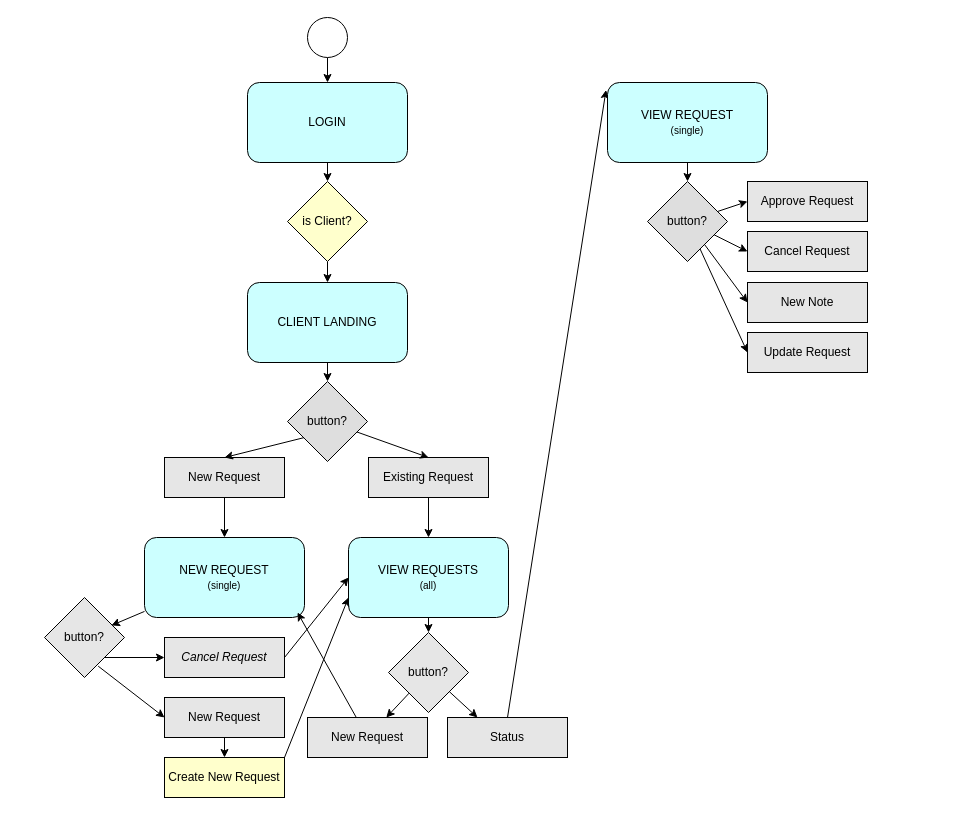
ThursdayNights/TechnicalService keeps this draw.io diagram as page "Flow" (2 of 2) of wireframe.drawio. Above is the earlier version. Source tidied: cells renumbered, new cells numbered last; positions are measured from the earlier drawing's top-left corner, leaving out a move shared by most shapes. Both pictures are drawn from the tidied source at 100%, with x=0, y=0 at pixel (44, 17).
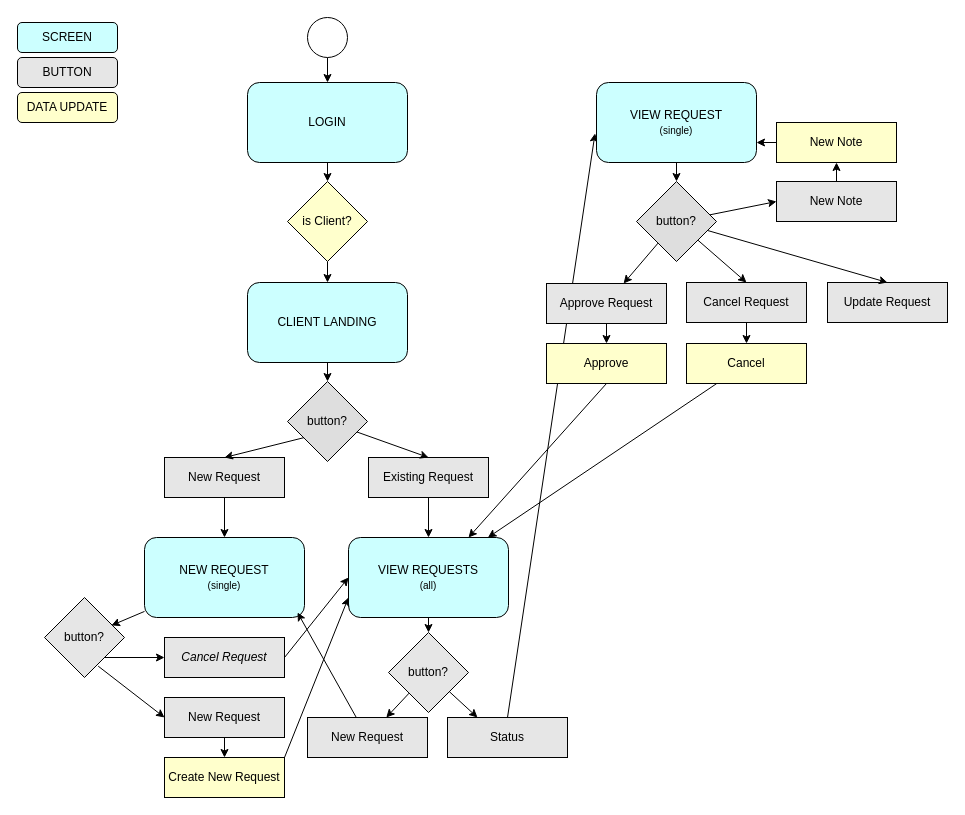
Above is the later version.

Commit message:
Flow diagram updated

The change refers to these unchanged cells:
```xml
<mxCell id="20" value="VIEW REQUESTS&lt;br&gt;&lt;font style=&quot;font-size: 10px;&quot;&gt;(all)&lt;/font&gt;" style="rounded=1;whiteSpace=wrap;html=1;fillColor=#CCFFFF;" parent="1" vertex="1">
  <mxGeometry x="304" y="520" width="160" height="80" as="geometry" />
</mxCell>
<mxCell id="36" value="Status" style="rounded=0;whiteSpace=wrap;html=1;fillColor=#E6E6E6;" parent="1" vertex="1">
  <mxGeometry x="403" y="700" width="120" height="40" as="geometry" />
</mxCell>
```

Change to the diagram source:
```diff
@@
-    <mxCell id="35" style="edgeStyle=none;html=1;exitX=0.5;exitY=0;exitDx=0;exitDy=0;entryX=-0.009;entryY=0.094;entryDx=0;entryDy=0;entryPerimeter=0;" parent="1" edge="1" source="36" target="38">
+    <mxCell id="35" style="edgeStyle=none;html=1;exitX=0.5;exitY=0;exitDx=0;exitDy=0;entryX=-0.009;entryY=0.636;entryDx=0;entryDy=0;entryPerimeter=0;" parent="1" edge="1" source="36" target="38">
       <mxGeometry relative="1" as="geometry" />
     </mxCell>
@@
     <mxCell id="38" value="VIEW REQUEST&lt;br&gt;&lt;font style=&quot;font-size: 10px;&quot;&gt;(single)&lt;/font&gt;" style="rounded=1;whiteSpace=wrap;html=1;fillColor=#CCFFFF;" parent="1" vertex="1">
-      <mxGeometry x="563" y="65" width="160" height="80" as="geometry" />
+      <mxGeometry x="552" y="65" width="160" height="80" as="geometry" />
     </mxCell>
     <mxCell id="39" value="Update Request" style="rounded=0;whiteSpace=wrap;html=1;fillColor=#E6E6E6;" parent="1" vertex="1">
-      <mxGeometry x="703" y="315" width="120" height="40" as="geometry" />
+      <mxGeometry x="783" y="265" width="120" height="40" as="geometry" />
     </mxCell>
+    <mxCell id="48" style="edgeStyle=none;html=1;fontSize=10;" parent="1" edge="1" source="40" target="52">
+      <mxGeometry relative="1" as="geometry" />
+    </mxCell>
     <mxCell id="40" value="Approve Request" style="rounded=0;whiteSpace=wrap;html=1;fillColor=#E6E6E6;" parent="1" vertex="1">
-      <mxGeometry x="703" y="164" width="120" height="40" as="geometry" />
+      <mxGeometry x="502" y="266" width="120" height="40" as="geometry" />
     </mxCell>
-    <mxCell id="41" style="edgeStyle=none;html=1;entryX=0;entryY=0.5;entryDx=0;entryDy=0;fontSize=10;" parent="1" edge="1" source="45" target="40">
+    <mxCell id="41" style="edgeStyle=none;html=1;fontSize=10;" parent="1" edge="1" source="45" target="40">
       <mxGeometry relative="1" as="geometry" />
     </mxCell>
-    <mxCell id="42" style="edgeStyle=none;html=1;entryX=0;entryY=0.5;entryDx=0;entryDy=0;fontSize=10;" parent="1" edge="1" source="45" target="47">
+    <mxCell id="42" style="edgeStyle=none;html=1;entryX=0.5;entryY=0;entryDx=0;entryDy=0;fontSize=10;" parent="1" edge="1" source="45" target="47">
       <mxGeometry relative="1" as="geometry" />
     </mxCell>
-    <mxCell id="43" style="edgeStyle=none;html=1;entryX=0;entryY=0.5;entryDx=0;entryDy=0;fontSize=10;" parent="1" edge="1" source="45" target="39">
+    <mxCell id="43" style="edgeStyle=none;html=1;entryX=0.5;entryY=0;entryDx=0;entryDy=0;fontSize=10;" parent="1" edge="1" source="45" target="39">
       <mxGeometry relative="1" as="geometry" />
     </mxCell>
@@
     <mxCell id="45" value="button?" style="rhombus;whiteSpace=wrap;html=1;fillColor=#DEDEDE;" parent="1" vertex="1">
-      <mxGeometry x="603" y="164" width="80" height="80" as="geometry" />
+      <mxGeometry x="592" y="164" width="80" height="80" as="geometry" />
     </mxCell>
+    <mxCell id="49" style="edgeStyle=none;html=1;fontSize=10;" parent="1" edge="1" source="46" target="56">
+      <mxGeometry relative="1" as="geometry" />
+    </mxCell>
     <mxCell id="46" value="New Note" style="rounded=0;whiteSpace=wrap;html=1;fillColor=#E6E6E6;" parent="1" vertex="1">
-      <mxGeometry x="703" y="265" width="120" height="40" as="geometry" />
+      <mxGeometry x="732" y="164" width="120" height="40" as="geometry" />
     </mxCell>
+    <mxCell id="50" style="edgeStyle=none;html=1;entryX=0.5;entryY=0;entryDx=0;entryDy=0;fontSize=10;" parent="1" edge="1" source="47" target="54">
+      <mxGeometry relative="1" as="geometry" />
+    </mxCell>
     <mxCell id="47" value="Cancel Request" style="rounded=0;whiteSpace=wrap;html=1;fillColor=#E6E6E6;" parent="1" vertex="1">
-      <mxGeometry x="703" y="214" width="120" height="40" as="geometry" />
+      <mxGeometry x="642" y="265" width="120" height="40" as="geometry" />
     </mxCell>
+    <mxCell id="51" style="edgeStyle=none;html=1;exitX=0.5;exitY=1;exitDx=0;exitDy=0;entryX=0.75;entryY=0;entryDx=0;entryDy=0;fontSize=10;" parent="1" edge="1" source="52" target="20">
+      <mxGeometry relative="1" as="geometry" />
+    </mxCell>
+    <mxCell id="52" value="Approve" style="rounded=0;whiteSpace=wrap;html=1;fillColor=#FFFFCC;" parent="1" vertex="1">
+      <mxGeometry x="502" y="326" width="120" height="40" as="geometry" />
+    </mxCell>
+    <mxCell id="53" style="edgeStyle=none;html=1;fontSize=10;" parent="1" edge="1" source="54" target="20">
+      <mxGeometry relative="1" as="geometry" />
+    </mxCell>
+    <mxCell id="54" value="Cancel" style="rounded=0;whiteSpace=wrap;html=1;fillColor=#FFFFCC;" parent="1" vertex="1">
+      <mxGeometry x="642" y="326" width="120" height="40" as="geometry" />
+    </mxCell>
+    <mxCell id="55" style="edgeStyle=none;html=1;entryX=1;entryY=0.75;entryDx=0;entryDy=0;fontSize=10;exitX=0;exitY=0.5;exitDx=0;exitDy=0;" parent="1" edge="1" source="56" target="38">
+      <mxGeometry relative="1" as="geometry" />
+    </mxCell>
+    <mxCell id="56" value="New Note" style="rounded=0;whiteSpace=wrap;html=1;fillColor=#FFFFCC;" parent="1" vertex="1">
+      <mxGeometry x="732" y="105" width="120" height="40" as="geometry" />
+    </mxCell>
+    <mxCell id="57" value="SCREEN" style="rounded=1;whiteSpace=wrap;html=1;fillColor=#CCFFFF;" parent="1" vertex="1">
+      <mxGeometry x="-27" y="5" width="100" height="30" as="geometry" />
+    </mxCell>
+    <mxCell id="58" value="BUTTON" style="rounded=1;whiteSpace=wrap;html=1;fillColor=#E6E6E6;" parent="1" vertex="1">
+      <mxGeometry x="-27" y="40" width="100" height="30" as="geometry" />
+    </mxCell>
+    <mxCell id="59" value="DATA UPDATE" style="rounded=1;whiteSpace=wrap;html=1;fillColor=#FFFFCC;" parent="1" vertex="1">
+      <mxGeometry x="-27" y="75" width="100" height="30" as="geometry" />
+    </mxCell>
```
